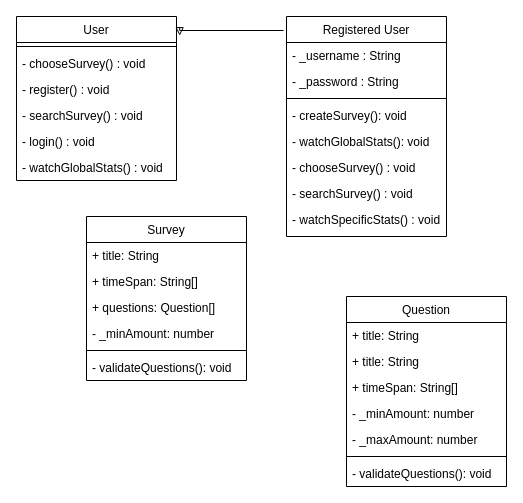
The draw.io diagram UML/class_diagram.drawio in FabianKowatsch/Questionaries_SoSe_2021, before the edit. Source tidied: cells renumbered, new cells numbered last; positions are measured from the earlier drawing's top-left corner, leaving out a move shared by most shapes. Both pictures are drawn from the tidied source at 100%, with x=0, y=0 at pixel (16, 16).
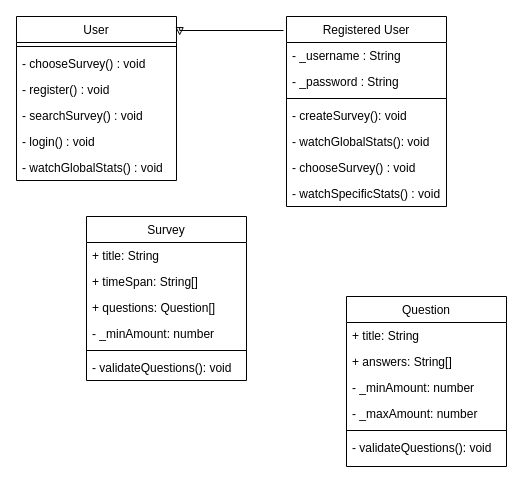
After the change.

What changed in the source:
```diff
@@
     <mxCell id="2" value="Registered User" style="swimlane;fontStyle=0;align=center;verticalAlign=top;horizontal=1;startSize=26;rounded=0;shadow=0;strokeWidth=1;" parent="1" vertex="1">
-      <mxGeometry x="270" width="160" height="220" as="geometry" />
+      <mxGeometry x="270" width="160" height="190" as="geometry" />
     </mxCell>
@@
-    <mxCell id="9" value="- searchSurvey() : void" style="text;align=left;verticalAlign=top;spacingLeft=4;spacingRight=4;overflow=hidden;" parent="2" vertex="1">
-      <mxGeometry y="164" width="160" height="26" as="geometry" />
-    </mxCell>
     <mxCell id="10" value="- watchSpecificStats() : void" style="text;align=left;verticalAlign=top;spacingLeft=4;spacingRight=4;overflow=hidden;" parent="2" vertex="1">
-      <mxGeometry y="190" width="160" height="26" as="geometry" />
+      <mxGeometry y="164" width="160" height="26" as="geometry" />
     </mxCell>
@@
     <mxCell id="26" value="Question" style="swimlane;fontStyle=0;align=center;verticalAlign=top;horizontal=1;startSize=26;rounded=0;shadow=0;strokeWidth=1;" parent="1" vertex="1">
-      <mxGeometry x="330" y="280" width="160" height="190" as="geometry" />
+      <mxGeometry x="330" y="280" width="160" height="170" as="geometry" />
     </mxCell>
@@
-    <mxCell id="28" value="+ title: String" style="text;align=left;verticalAlign=top;spacingLeft=4;spacingRight=4;overflow=hidden;rounded=0;shadow=0;html=0;" parent="26" vertex="1">
-      <mxGeometry y="52" width="160" height="26" as="geometry" />
-    </mxCell>
-    <mxCell id="29" value="+ timeSpan: String[]" style="text;align=left;verticalAlign=top;spacingLeft=4;spacingRight=4;overflow=hidden;rounded=0;shadow=0;html=0;" parent="26" vertex="1">
-      <mxGeometry y="78" width="160" height="26" as="geometry" />
+    <mxCell id="29" value="+ answers: String[]" style="text;align=left;verticalAlign=top;spacingLeft=4;spacingRight=4;overflow=hidden;rounded=0;shadow=0;html=0;" parent="26" vertex="1">
+      <mxGeometry y="52" width="160" height="26" as="geometry" />
     </mxCell>
     <mxCell id="30" value="- _minAmount: number&#10;" style="text;align=left;verticalAlign=top;spacingLeft=4;spacingRight=4;overflow=hidden;rounded=0;shadow=0;html=0;" parent="26" vertex="1">
-      <mxGeometry y="104" width="160" height="26" as="geometry" />
+      <mxGeometry y="78" width="160" height="26" as="geometry" />
     </mxCell>
     <mxCell id="31" value="- _maxAmount: number&#10;" style="text;align=left;verticalAlign=top;spacingLeft=4;spacingRight=4;overflow=hidden;rounded=0;shadow=0;html=0;" parent="26" vertex="1">
-      <mxGeometry y="130" width="160" height="26" as="geometry" />
+      <mxGeometry y="104" width="160" height="26" as="geometry" />
     </mxCell>
     <mxCell id="32" style="line;html=1;strokeWidth=1;align=left;verticalAlign=middle;spacingTop=-1;spacingLeft=3;spacingRight=3;labelPosition=right;" parent="26" vertex="1">
-      <mxGeometry y="156" width="160" height="8" as="geometry" />
+      <mxGeometry y="130" width="160" height="8" as="geometry" />
     </mxCell>
     <mxCell id="33" value="- validateQuestions(): void" style="text;align=left;verticalAlign=top;spacingLeft=4;spacingRight=4;overflow=hidden;fontStyle=0;" parent="26" vertex="1">
-      <mxGeometry y="164" width="160" height="26" as="geometry" />
+      <mxGeometry y="138" width="160" height="26" as="geometry" />
     </mxCell>
```
